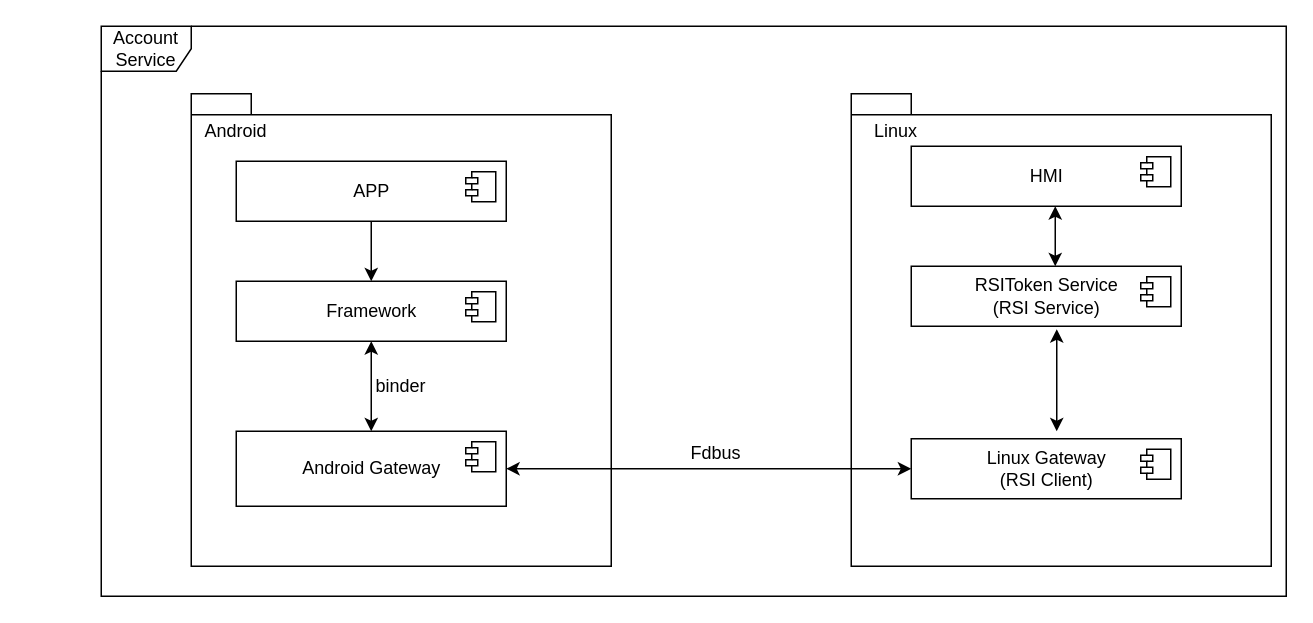
This is page "Page-1" (1 of 2) of Untitled Diagram.drawio from whtchl/AidlTemplate, a draw.io file, before an edit. Source tidied: cells renumbered, new cells numbered last; positions are measured from the earlier drawing's top-left corner, leaving out a move shared by most shapes. Both pictures are drawn from the tidied source at 150%, with x=0, y=0 at pixel (100, 26).
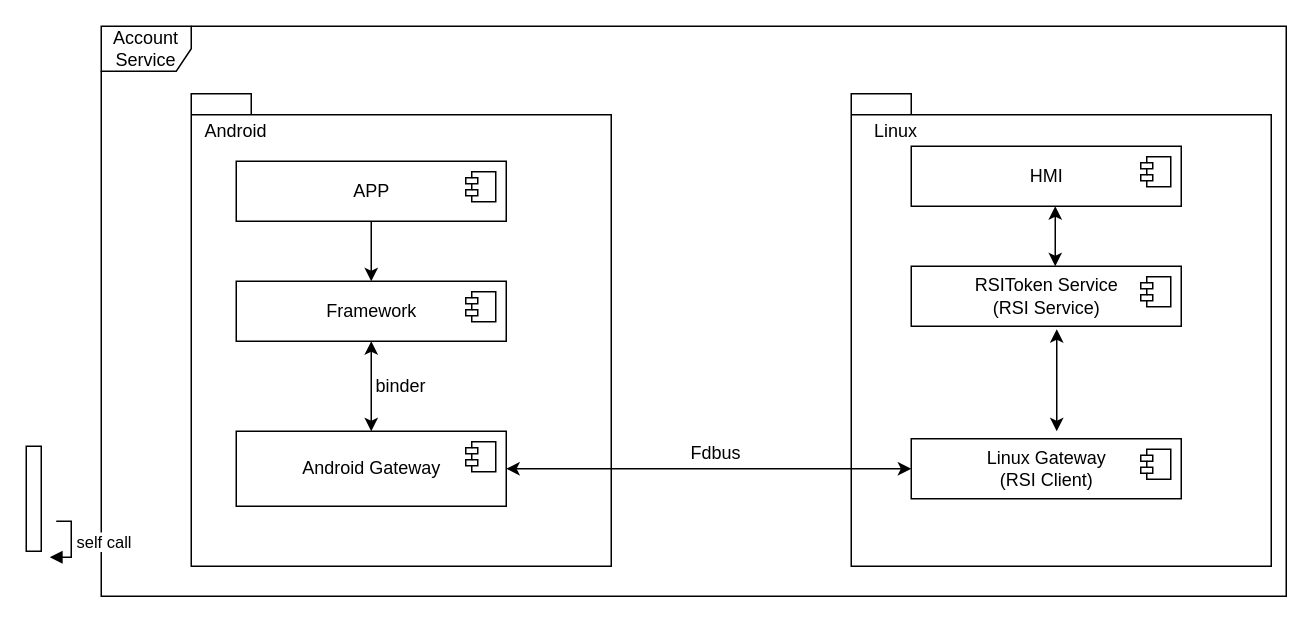
The same page after the edit.

Change to the diagram source:
```diff
@@
+    <mxCell id="26" style="html=1;points=[];perimeter=orthogonalPerimeter;" parent="1" vertex="1">
+      <mxGeometry x="-50" y="280" width="10" height="70" as="geometry" />
+    </mxCell>
+    <mxCell id="27" value="self call" style="edgeStyle=orthogonalEdgeStyle;html=1;align=left;spacingLeft=2;endArrow=block;rounded=0;entryX=1.567;entryY=1.057;entryDx=0;entryDy=0;entryPerimeter=0;" parent="1" edge="1" target="26">
+      <mxGeometry relative="1" as="geometry">
+        <mxPoint x="-30" y="330" as="sourcePoint" />
+        <Array as="points">
+          <mxPoint x="-20" y="330" />
+          <mxPoint x="-20" y="354" />
+        </Array>
+      </mxGeometry>
+    </mxCell>
```
